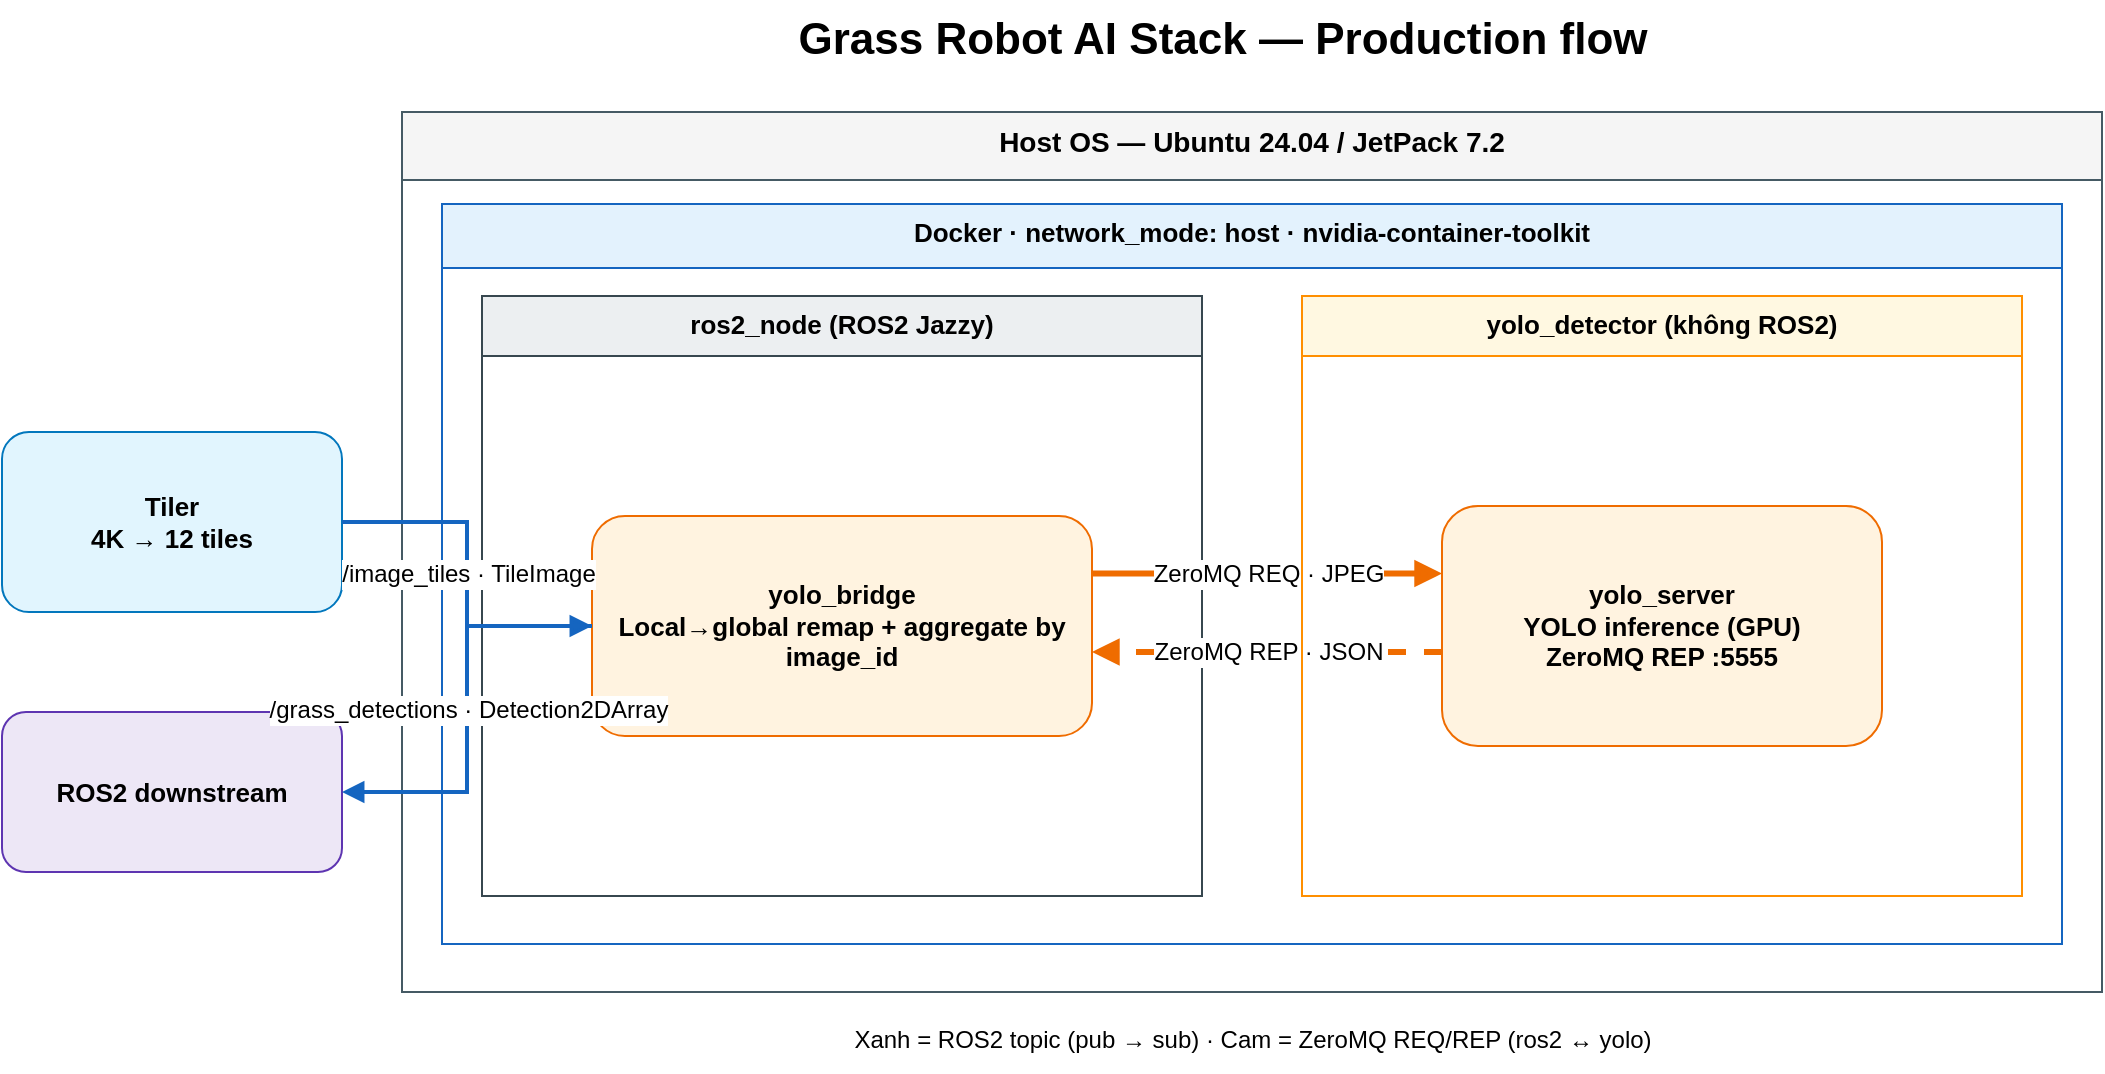
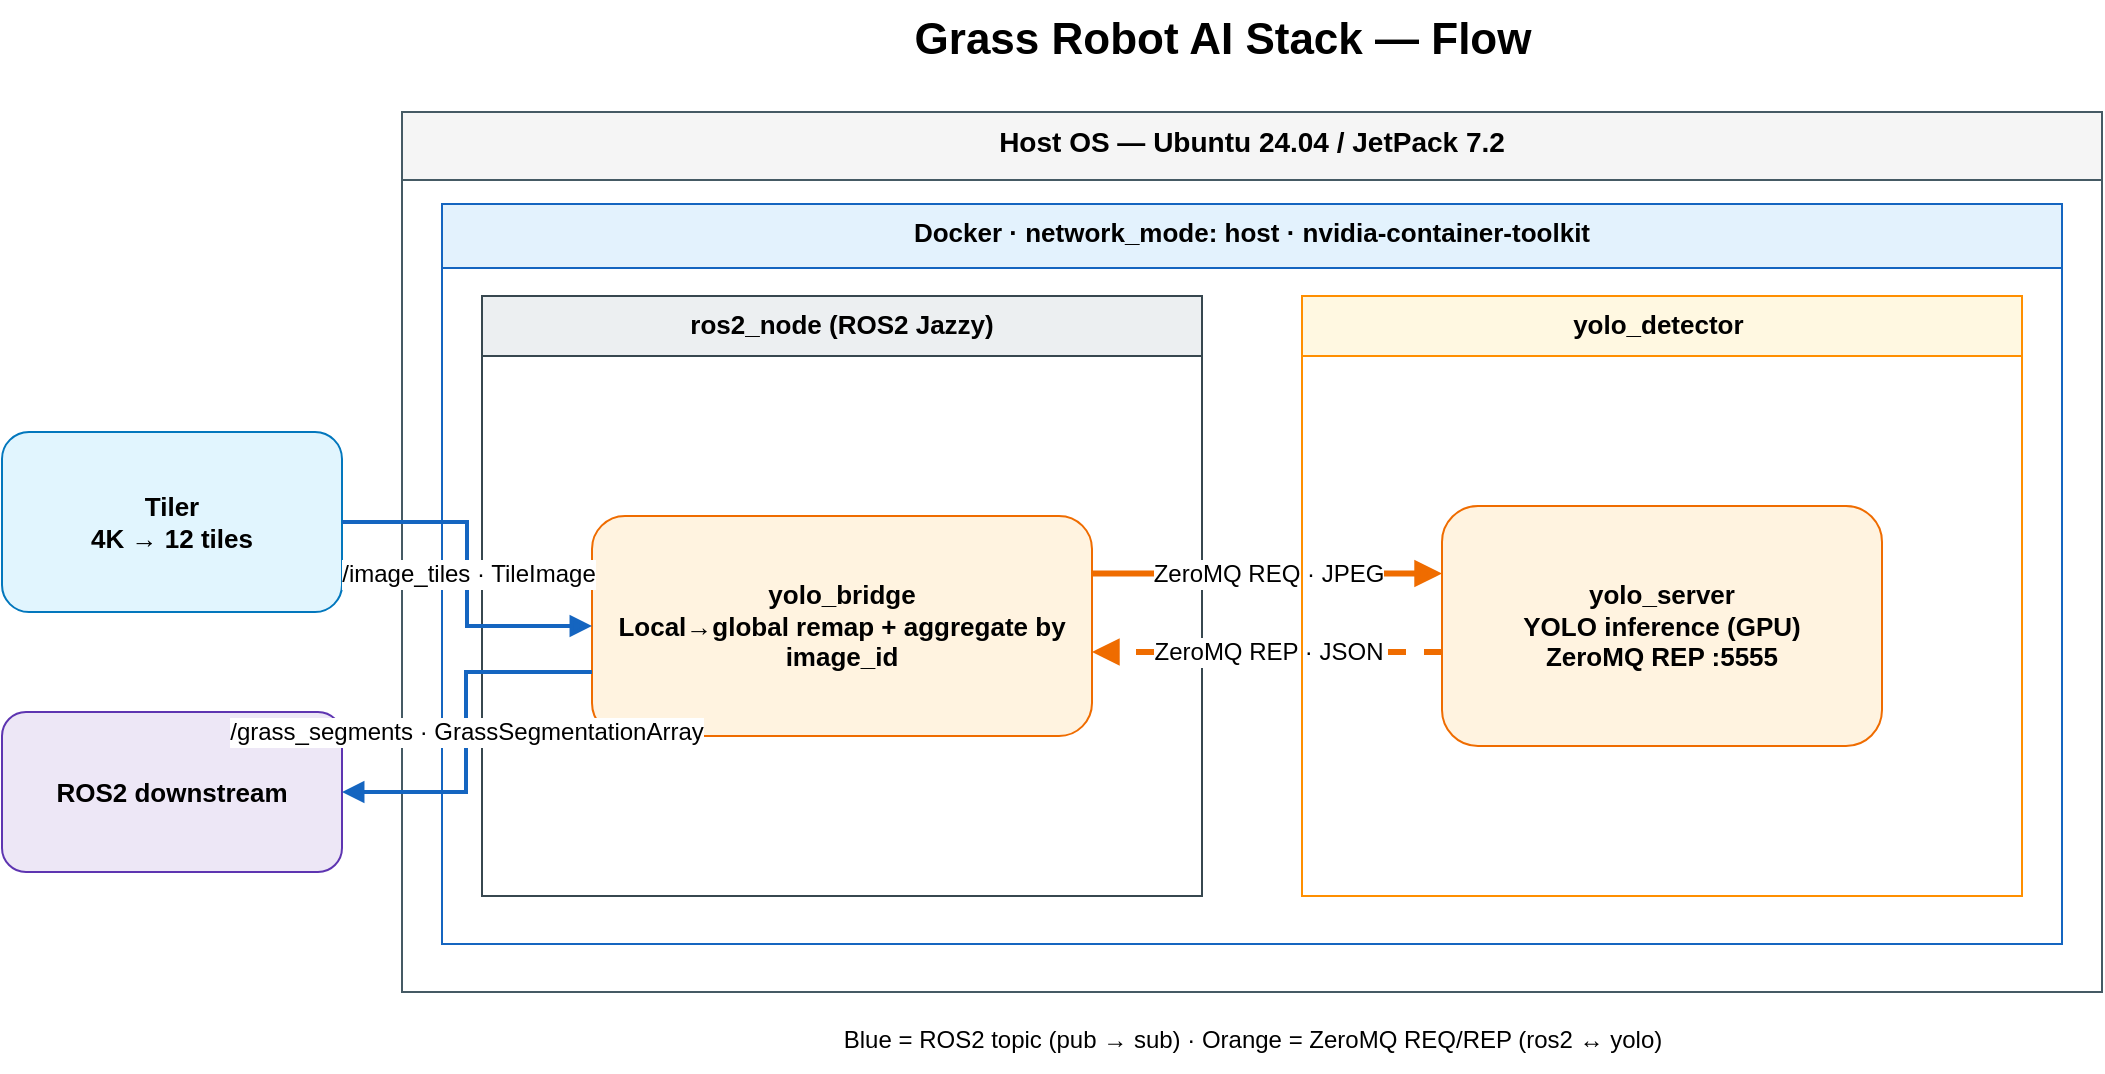
<mxfile host="65bd71144e">
    <diagram id="grass-robot-production" name="Production Flow">
-         <mxGraphModel dx="1080" dy="902" grid="1" gridSize="10" guides="1" tooltips="1" connect="1" arrows="1" fold="1" page="1" pageScale="1" pageWidth="1300" pageHeight="580" math="0" shadow="0">
+         <mxGraphModel dx="771" dy="773" grid="1" gridSize="10" guides="1" tooltips="1" connect="1" arrows="1" fold="1" page="1" pageScale="1" pageWidth="1300" pageHeight="580" math="0" shadow="0">
            <root>
                <mxCell id="0"/>
                <mxCell id="1" parent="0"/>
-                 <mxCell id="title" value="Grass Robot AI Stack — Production flow" style="text;html=1;strokeColor=none;fillColor=none;fontSize=22;fontStyle=1;align=center;" parent="1" vertex="1">
+                 <mxCell id="title" value="Grass Robot AI Stack — Flow" style="text;html=1;strokeColor=none;fillColor=none;fontSize=22;fontStyle=1;align=center;" parent="1" vertex="1">
                    <mxGeometry x="360" y="14" width="560" height="34" as="geometry"/>
                </mxCell>
                <mxCell id="tiler" value="Tiler&#xa;4K → 12 tiles" style="rounded=1;whiteSpace=wrap;html=1;fillColor=#e1f5fe;strokeColor=#0277bd;fontSize=13;fontStyle=1;" parent="1" vertex="1">
                    <mxGeometry x="30" y="230" width="170" height="90" as="geometry"/>
                </mxCell>
                <mxCell id="downstream" value="ROS2 downstream" style="rounded=1;whiteSpace=wrap;html=1;fillColor=#ede7f6;strokeColor=#5e35b1;fontSize=13;fontStyle=1;" parent="1" vertex="1">
                    <mxGeometry x="30" y="370" width="170" height="80" as="geometry"/>
                </mxCell>
                <mxCell id="host" value="Host OS — Ubuntu 24.04 / JetPack 7.2" style="swimlane;html=1;whiteSpace=wrap;startSize=34;fillColor=#f5f5f5;strokeColor=#455a64;fontSize=14;fontStyle=1;verticalAlign=top;" parent="1" vertex="1">
                    <mxGeometry x="230" y="70" width="850" height="440" as="geometry"/>
                </mxCell>
                <mxCell id="docker" value="Docker · network_mode: host · nvidia-container-toolkit" style="swimlane;html=1;whiteSpace=wrap;startSize=32;fillColor=#e3f2fd;strokeColor=#1565c0;fontSize=13;fontStyle=1;verticalAlign=top;" parent="host" vertex="1">
                    <mxGeometry x="20" y="46" width="810" height="370" as="geometry"/>
                </mxCell>
                <mxCell id="ros2c" value="ros2_node (ROS2 Jazzy)" style="swimlane;html=1;whiteSpace=wrap;startSize=30;fillColor=#eceff1;strokeColor=#37474f;fontSize=13;fontStyle=1;verticalAlign=top;" parent="docker" vertex="1">
                    <mxGeometry x="20" y="46" width="360" height="300" as="geometry"/>
                </mxCell>
                <mxCell id="bridge" value="yolo_bridge&#xa;Local→global remap + aggregate by image_id" style="rounded=1;whiteSpace=wrap;html=1;fillColor=#fff3e0;strokeColor=#ef6c00;fontSize=13;fontStyle=1;" parent="ros2c" vertex="1">
                    <mxGeometry x="55" y="110" width="250" height="110" as="geometry"/>
                </mxCell>
                <mxCell id="e_bridge_server" value="ZeroMQ REQ · JPEG" style="edgeStyle=orthogonalEdgeStyle;rounded=0;html=1;endArrow=block;endFill=1;fontSize=12;strokeColor=#ef6c00;strokeWidth=3;" parent="ros2c" edge="1">
                    <mxGeometry relative="1" as="geometry">
                        <mxPoint x="305" y="138.76" as="sourcePoint"/>
                        <mxPoint x="480" y="138.76" as="targetPoint"/>
                    </mxGeometry>
                </mxCell>
                <mxCell id="e_server_bridge" value="ZeroMQ REP · JSON" style="edgeStyle=orthogonalEdgeStyle;rounded=0;html=1;endArrow=block;endFill=1;fontSize=12;strokeColor=#ef6c00;strokeWidth=3;dashed=1;" parent="ros2c" edge="1">
                    <mxGeometry relative="1" as="geometry">
                        <mxPoint x="480" y="178" as="sourcePoint"/>
                        <mxPoint x="305" y="178" as="targetPoint"/>
                    </mxGeometry>
                </mxCell>
-                 <mxCell id="yoloc" value="yolo_detector (không ROS2)" style="swimlane;html=1;whiteSpace=wrap;startSize=30;fillColor=#fff8e1;strokeColor=#ff8f00;fontSize=13;fontStyle=1;verticalAlign=top;" parent="docker" vertex="1">
+                 <mxCell id="yoloc" value="yolo_detector&amp;nbsp;" style="swimlane;html=1;whiteSpace=wrap;startSize=30;fillColor=#fff8e1;strokeColor=#ff8f00;fontSize=13;fontStyle=1;verticalAlign=top;" parent="docker" vertex="1">
                    <mxGeometry x="430" y="46" width="360" height="300" as="geometry"/>
                </mxCell>
                <mxCell id="server" value="yolo_server&#xa;YOLO inference (GPU)&#xa;ZeroMQ REP :5555" style="rounded=1;whiteSpace=wrap;html=1;fillColor=#fff3e0;strokeColor=#ef6c00;fontSize=13;fontStyle=1;" parent="yoloc" vertex="1">
                    <mxGeometry x="70" y="105" width="220" height="120" as="geometry"/>
                </mxCell>
                <mxCell id="e_tiler_bridge" value="/image_tiles · TileImage" style="edgeStyle=orthogonalEdgeStyle;rounded=0;html=1;endArrow=block;endFill=1;fontSize=12;strokeColor=#1565c0;strokeWidth=2;" parent="1" source="tiler" target="bridge" edge="1">
                    <mxGeometry relative="1" as="geometry"/>
                </mxCell>
-                 <mxCell id="e_bridge_down" value="/grass_detections · Detection2DArray" style="edgeStyle=orthogonalEdgeStyle;rounded=0;html=1;endArrow=block;endFill=1;fontSize=12;strokeColor=#1565c0;strokeWidth=2;" parent="1" source="bridge" target="downstream" edge="1">
-                     <mxGeometry relative="1" as="geometry"/>
+                 <mxCell id="e_bridge_down" value="/grass_segments · GrassSegmentationArray" style="edgeStyle=orthogonalEdgeStyle;rounded=0;html=1;endArrow=block;endFill=1;fontSize=12;strokeColor=#1565c0;strokeWidth=2;" parent="1" source="bridge" target="downstream" edge="1">
+                     <mxGeometry relative="1" as="geometry">
+                         <Array as="points">
+                             <mxPoint x="262" y="350"/>
+                             <mxPoint x="262" y="410"/>
+                         </Array>
+                     </mxGeometry>
                </mxCell>
-                 <mxCell id="legend" value="Xanh = ROS2 topic (pub → sub)   ·   Cam = ZeroMQ REQ/REP (ros2 ↔ yolo)" style="text;html=1;strokeColor=none;fillColor=none;fontSize=12;align=center;" parent="1" vertex="1">
+                 <mxCell id="legend" value="Blue = ROS2 topic (pub → sub)   ·   Orange = ZeroMQ REQ/REP (ros2 ↔ yolo)" style="text;html=1;strokeColor=none;fillColor=none;fontSize=12;align=center;" parent="1" vertex="1">
                    <mxGeometry x="230" y="520" width="850" height="30" as="geometry"/>
                </mxCell>
            </root>
        </mxGraphModel>
    </diagram>
</mxfile>